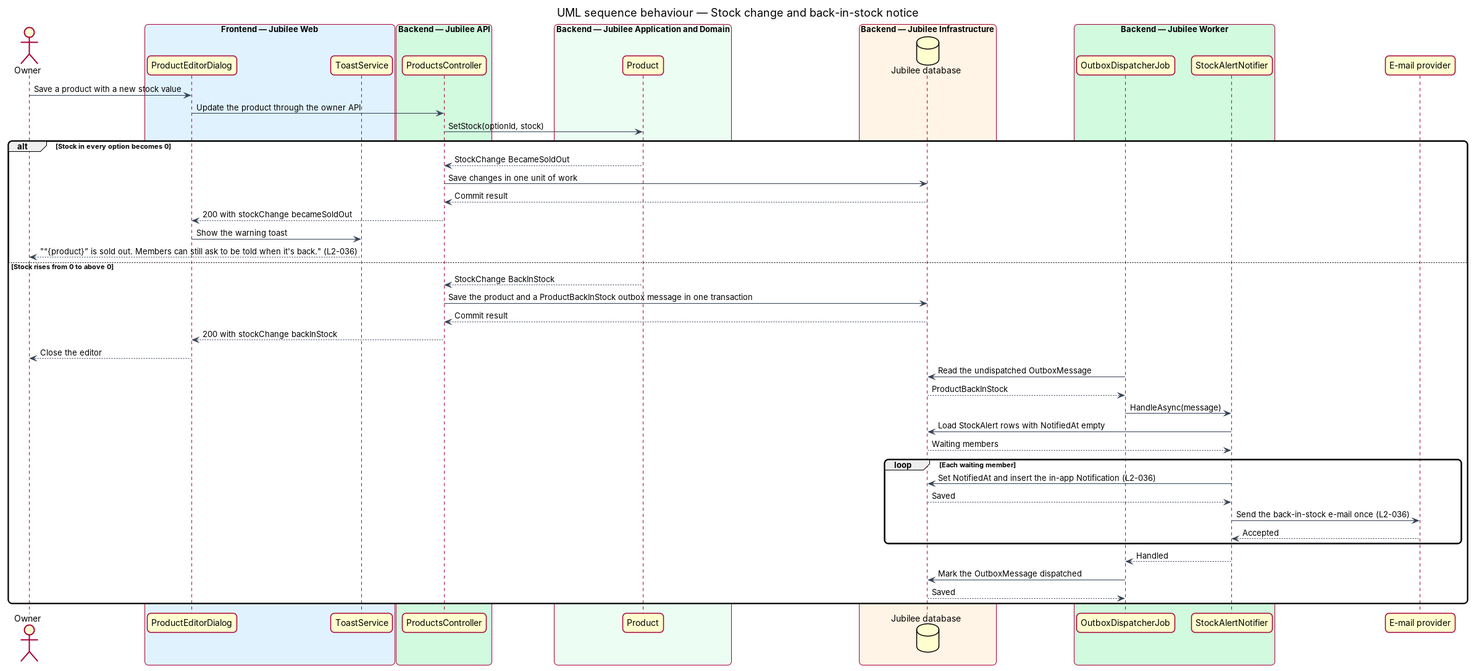
This is docs/detailed-designs/listings/view-product/diagrams/sequence-stock-change.png from QuinntyneBrown/jubilee, a PlantUML export, as it was before one commit. Its source is kept beside it as docs/detailed-designs/listings/view-product/diagrams/sequence-stock-change.puml.
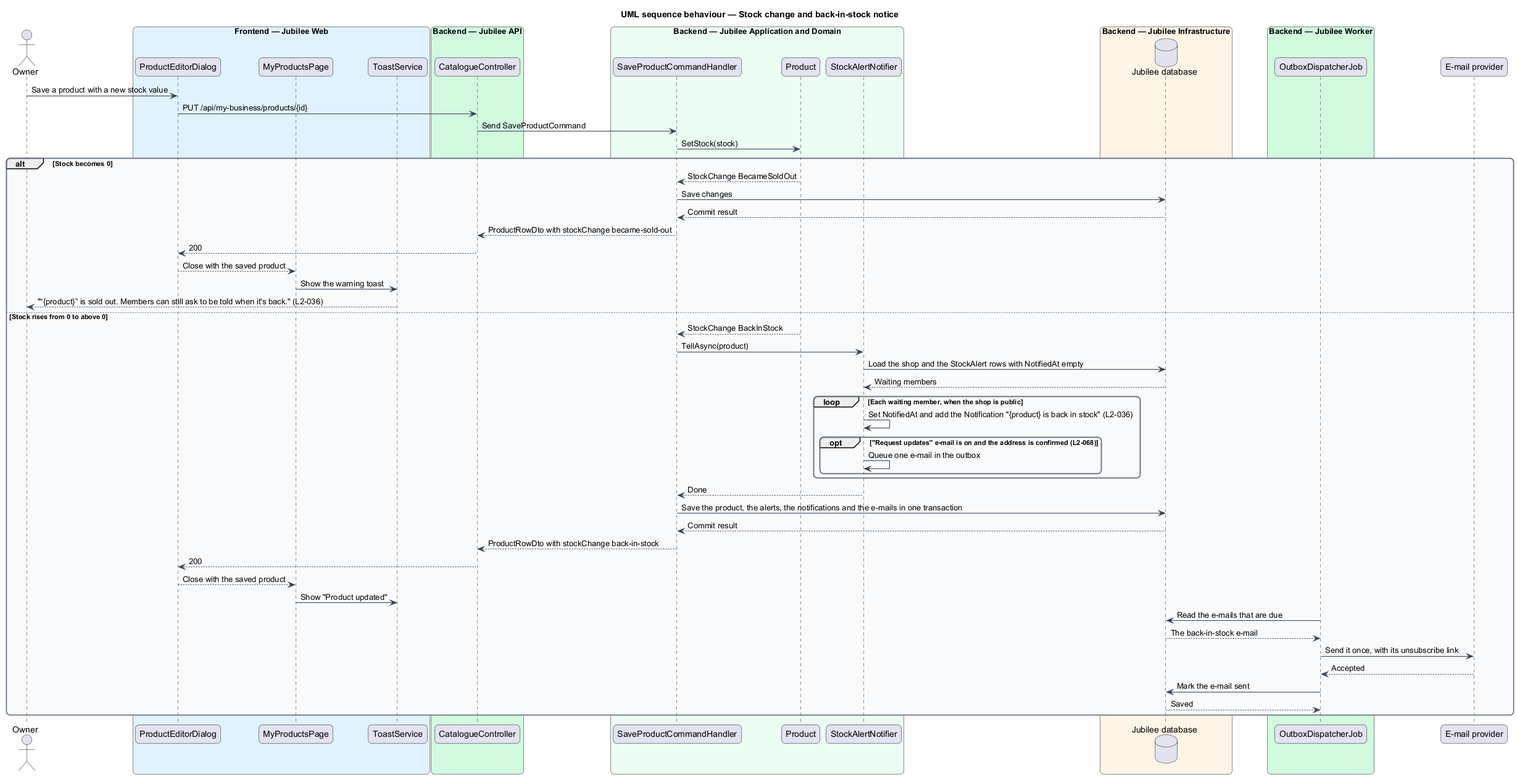
Above is the later version.

What changed in the source:
```diff
@@ -17,51 +17,60 @@
 actor "Owner" as actor
 box "Frontend — Jubilee Web" #E0F2FE
   participant "ProductEditorDialog" as dialog
+  participant "MyProductsPage" as page
   participant "ToastService" as toast
 end box
 box "Backend — Jubilee API" #D1FADF
-  participant "ProductsController" as controller
+  participant "CatalogueController" as controller
 end box
 box "Backend — Jubilee Application and Domain" #ECFDF3
+  participant "SaveProductCommandHandler" as handler
   participant "Product" as product
+  participant "StockAlertNotifier" as notifier
 end box
 box "Backend — Jubilee Infrastructure" #FFF4E5
   database "Jubilee database" as db
 end box
 box "Backend — Jubilee Worker" #D1FADF
   participant "OutboxDispatcherJob" as job
-  participant "StockAlertNotifier" as notifier
 end box
 participant "E-mail provider" as email
 actor -> dialog : Save a product with a new stock value
-dialog -> controller : Update the product through the owner API
-controller -> product : SetStock(optionId, stock)
-alt Stock in every option becomes 0
-  product --> controller : StockChange BecameSoldOut
-  controller -> db : Save changes in one unit of work
-  db --> controller : Commit result
-  controller --> dialog : 200 with stockChange becameSoldOut
-  dialog -> toast : Show the warning toast
+dialog -> controller : PUT /api/my-business/products/{id}
+controller -> handler : Send SaveProductCommand
+handler -> product : SetStock(stock)
+alt Stock becomes 0
+  product --> handler : StockChange BecameSoldOut
+  handler -> db : Save changes
+  db --> handler : Commit result
+  handler --> controller : ProductRowDto with stockChange became-sold-out
+  controller --> dialog : 200
+  dialog --> page : Close with the saved product
+  page -> toast : Show the warning toast
   toast --> actor : "“{product}” is sold out. Members can still ask to be told when it's back." (L2-036)
 else Stock rises from 0 to above 0
-  product --> controller : StockChange BackInStock
-  controller -> db : Save the product and a ProductBackInStock outbox message in one transaction
-  db --> controller : Commit result
-  controller --> dialog : 200 with stockChange backInStock
-  dialog --> actor : Close the editor
-  job -> db : Read the undispatched OutboxMessage
-  db --> job : ProductBackInStock
-  job -> notifier : HandleAsync(message)
-  notifier -> db : Load StockAlert rows with NotifiedAt empty
+  product --> handler : StockChange BackInStock
+  handler -> notifier : TellAsync(product)
+  notifier -> db : Load the shop and the StockAlert rows with NotifiedAt empty
   db --> notifier : Waiting members
-  loop Each waiting member
-    notifier -> db : Set NotifiedAt and insert the in-app Notification (L2-036)
-    db --> notifier : Saved
-    notifier -> email : Send the back-in-stock e-mail once (L2-036)
-    email --> notifier : Accepted
+  loop Each waiting member, when the shop is public
+    notifier -> notifier : Set NotifiedAt and add the Notification "{product} is back in stock" (L2-036)
+    opt "Request updates" e-mail is on and the address is confirmed (L2-068)
+      notifier -> notifier : Queue one e-mail in the outbox
+    end
   end
-  notifier --> job : Handled
-  job -> db : Mark the OutboxMessage dispatched
+  notifier --> handler : Done
+  handler -> db : Save the product, the alerts, the notifications and the e-mails in one transaction
+  db --> handler : Commit result
+  handler --> controller : ProductRowDto with stockChange back-in-stock
+  controller --> dialog : 200
+  dialog --> page : Close with the saved product
+  page -> toast : Show "Product updated"
+  job -> db : Read the e-mails that are due
+  db --> job : The back-in-stock e-mail
+  job -> email : Send it once, with its unsubscribe link
+  email --> job : Accepted
+  job -> db : Mark the e-mail sent
   db --> job : Saved
 end
 @enduml
```
